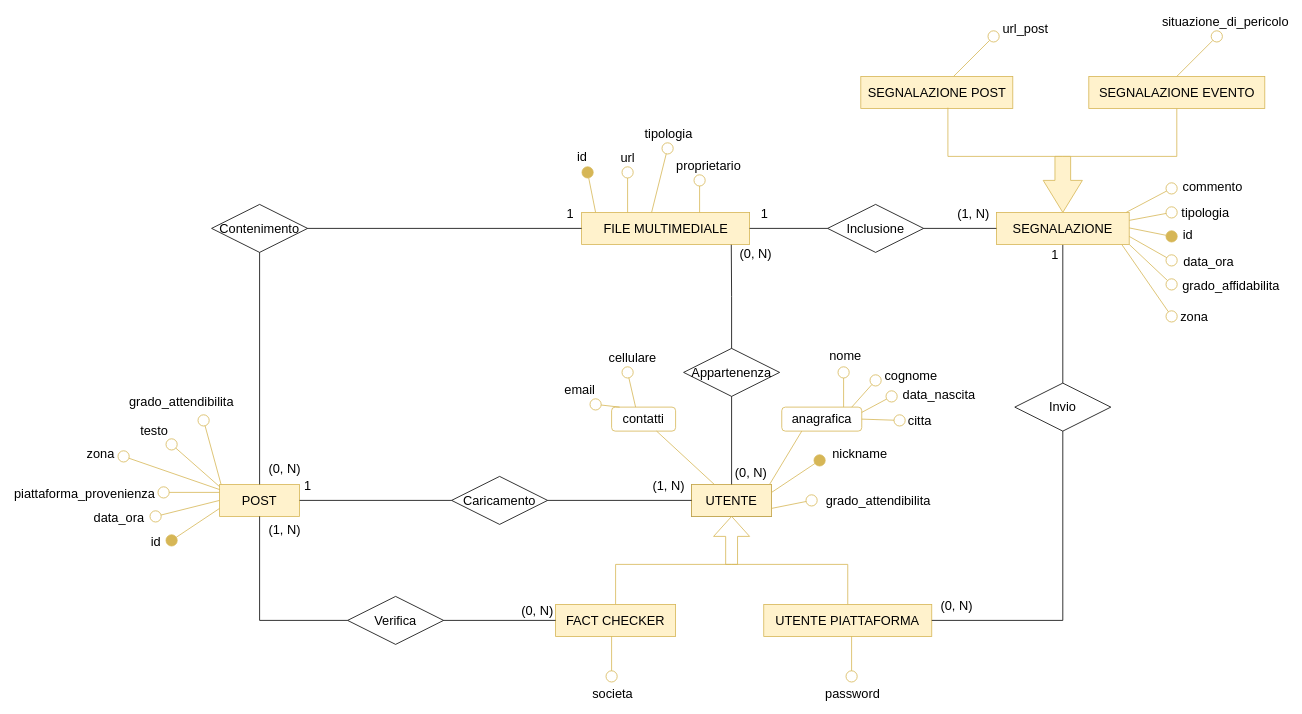
Before: page "Diag. Social network" (6 of 7) of diagramma-er.drawio in faffolao/ProgettoBD2022, a draw.io diagram. Source tidied: cells renumbered, new cells numbered last; positions are measured from the earlier drawing's top-left corner, leaving out a move shared by most shapes. Both pictures are drawn from the tidied source at 80%, with x=0, y=0 at pixel (123, 36).
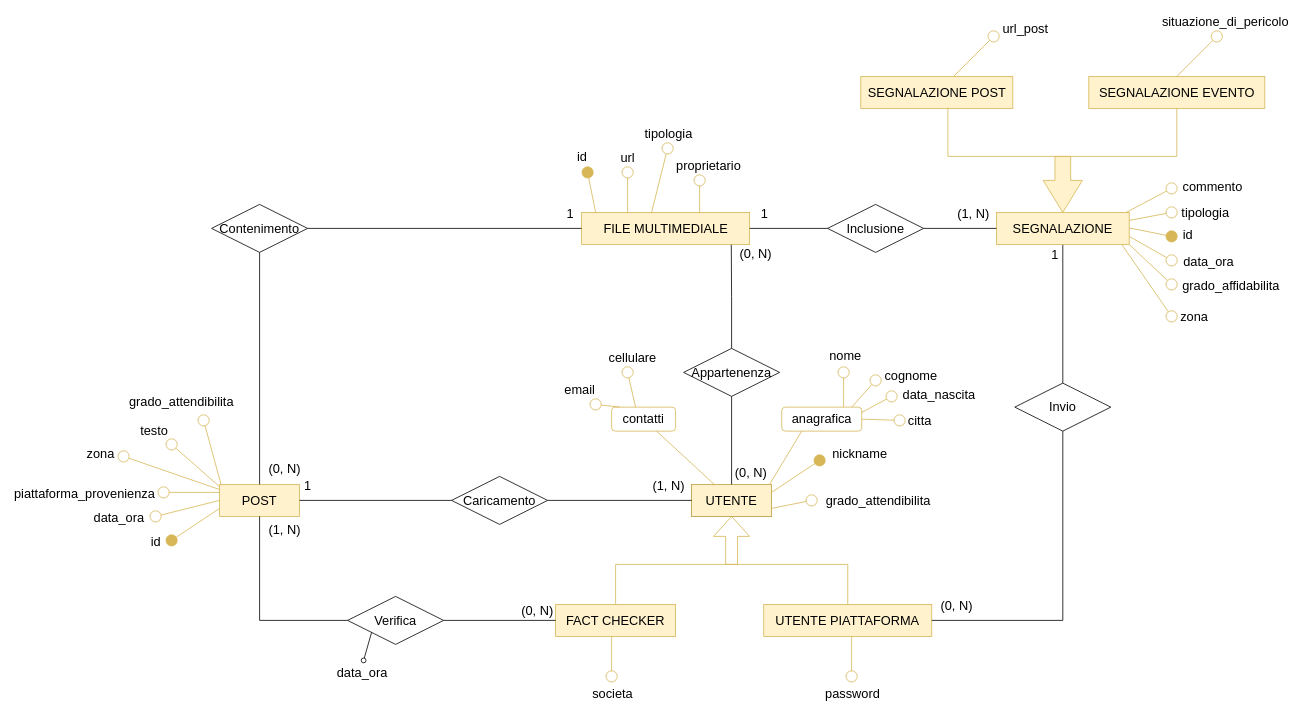
Above is the later version.

The change refers to these unchanged cells:
```xml
<mxCell id="53" value="Verifica" style="shape=rhombus;perimeter=rhombusPerimeter;whiteSpace=wrap;html=1;align=center;fontSize=16;fillColor=none;" parent="1" vertex="1">
  <mxGeometry x="280" y="700" width="120" height="60" as="geometry" />
</mxCell>
```

Change to the diagram source:
```diff
@@
+    <mxCell id="105" style="endArrow=none;html=1;rounded=0;entryX=0;entryY=1;entryDx=0;entryDy=0;startArrow=oval;startFill=0;" parent="1" edge="1" target="53">
+      <mxGeometry relative="1" as="geometry">
+        <mxPoint x="300" y="780" as="sourcePoint" />
+      </mxGeometry>
+    </mxCell>
+    <mxCell id="106" value="data_ora" style="edgeLabel;html=1;align=center;verticalAlign=middle;fontSize=16;" parent="105" vertex="1">
+      <mxGeometry x="-0.93" y="-4" relative="1" as="geometry">
+        <mxPoint x="-7" y="14" as="offset" />
+      </mxGeometry>
+    </mxCell>
```
